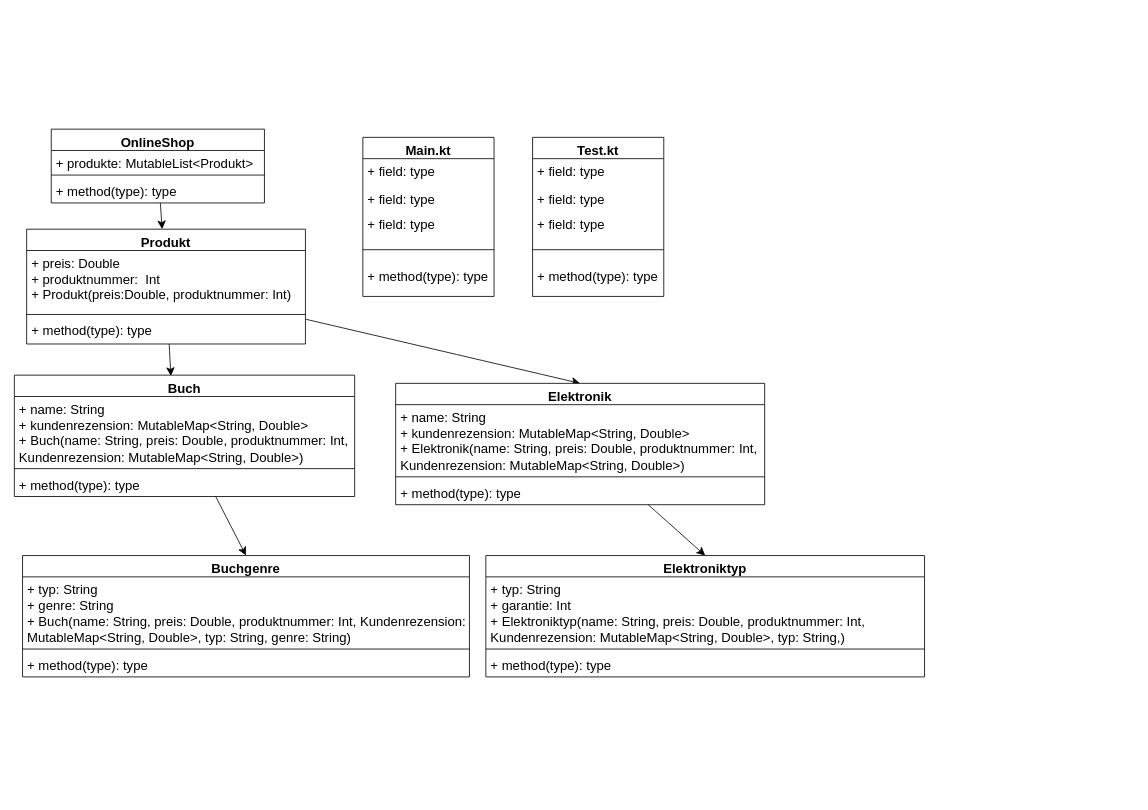
Before: Abschlussprojekt Store.drawio in BischofDennis/BischofDennis, a draw.io diagram. Source tidied: cells renumbered, new cells numbered last; positions are measured from the earlier drawing's top-left corner, leaving out a move shared by most shapes. Both pictures are drawn from the tidied source at 82%, with x=0, y=0 at pixel (14, 129).
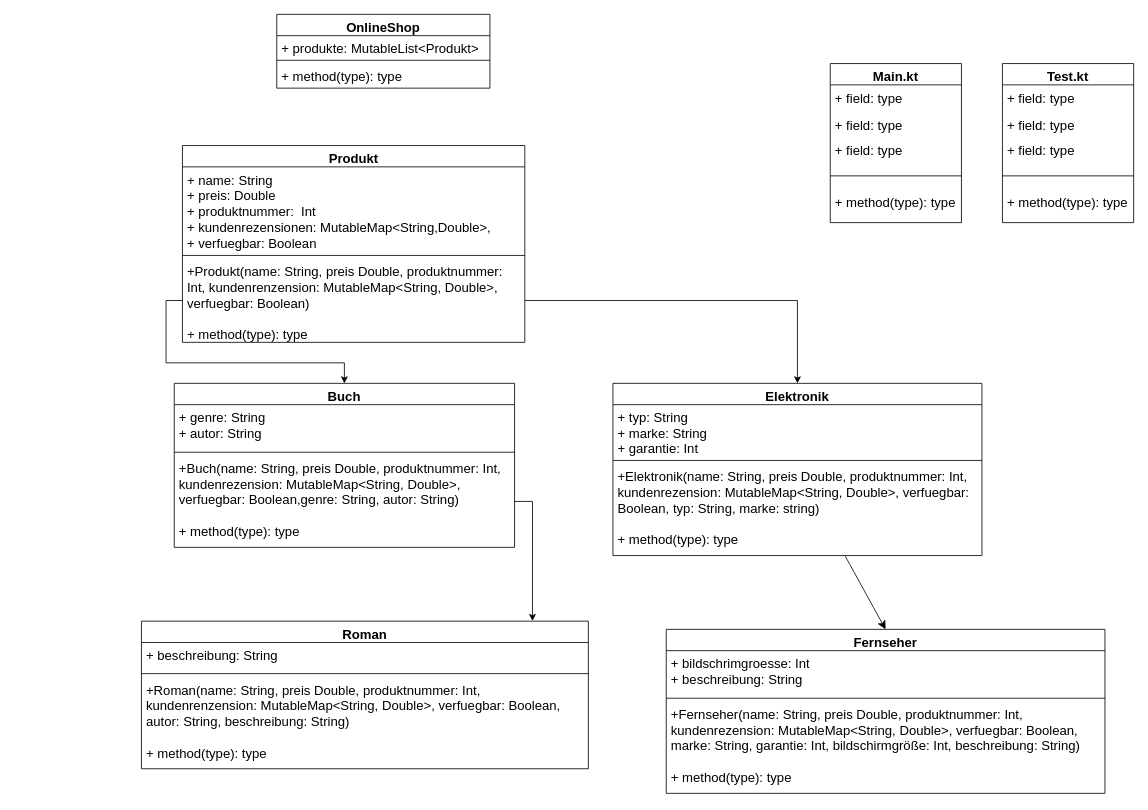
The same page after the edit.

Change to the diagram source:
```diff
@@
-    <mxCell id="2" style="edgeStyle=none;curved=1;rounded=0;jettySize=auto;html=1;fontSize=12;startSize=8;endSize=8;" parent="1" edge="1" source="3" target="15">
-      <mxGeometry relative="1" as="geometry" />
-    </mxCell>
     <mxCell id="3" value="OnlineShop" style="swimlane;fontStyle=1;align=center;verticalAlign=top;horizontal=1;startSize=26;whiteSpace=wrap;html=1;fontSize=16;" parent="1" vertex="1">
-      <mxGeometry x="45" width="260" height="90" as="geometry" />
+      <mxGeometry x="320" y="-140" width="260" height="90" as="geometry" />
     </mxCell>
@@
     <mxCell id="7" value="Main.kt" style="swimlane;fontStyle=1;align=center;verticalAlign=top;horizontal=1;startSize=26;whiteSpace=wrap;html=1;fontSize=16;" parent="1" vertex="1">
-      <mxGeometry x="425" y="10" width="160" height="194" as="geometry" />
+      <mxGeometry x="995" y="-80" width="160" height="194" as="geometry" />
     </mxCell>
@@
-    <mxCell id="13" style="edgeStyle=none;curved=1;rounded=0;jettySize=auto;html=1;fontSize=12;startSize=8;endSize=8;entryX=0.46;entryY=0.007;entryDx=0;entryDy=0;entryPerimeter=0;" parent="1" edge="1" source="15" target="20">
-      <mxGeometry relative="1" as="geometry" />
-    </mxCell>
-    <mxCell id="14" style="edgeStyle=none;curved=1;rounded=0;jettySize=auto;html=1;entryX=0.5;entryY=0;entryDx=0;entryDy=0;fontSize=12;startSize=8;endSize=8;" parent="1" edge="1" source="15" target="25">
-      <mxGeometry relative="1" as="geometry" />
-    </mxCell>
-    <mxCell id="15" value="Produkt" style="swimlane;fontStyle=1;align=center;verticalAlign=top;horizontal=1;startSize=26;whiteSpace=wrap;html=1;fontSize=16;" parent="1" vertex="1">
-      <mxGeometry x="15" y="122" width="340" height="140" as="geometry" />
-    </mxCell>
-    <mxCell id="16" value="+ preis: Double&lt;br&gt;+ produktnummer: &amp;nbsp;Int&lt;br&gt;+ Produkt(preis:Double, produktnummer: Int)" style="text;strokeColor=none;fillColor=none;align=left;verticalAlign=top;spacingLeft=4;spacingRight=4;overflow=hidden;whiteSpace=wrap;html=1;fontSize=16;" parent="15" vertex="1">
-      <mxGeometry y="26" width="340" height="74" as="geometry" />
-    </mxCell>
-    <mxCell id="17" style="line;strokeWidth=1;fillColor=none;align=left;verticalAlign=middle;spacingTop=-1;spacingLeft=3;spacingRight=3;labelPosition=right;strokeColor=inherit;fontSize=16;" parent="15" vertex="1">
-      <mxGeometry y="100" width="340" height="8" as="geometry" />
-    </mxCell>
-    <mxCell id="18" value="+ method(type): type" style="text;strokeColor=none;fillColor=none;align=left;verticalAlign=top;spacingLeft=4;spacingRight=4;overflow=hidden;whiteSpace=wrap;html=1;fontSize=16;" parent="15" vertex="1">
-      <mxGeometry y="108" width="340" height="32" as="geometry" />
-    </mxCell>
-    <mxCell id="19" style="edgeStyle=none;curved=1;rounded=0;jettySize=auto;html=1;entryX=0.5;entryY=0;entryDx=0;entryDy=0;fontSize=12;startSize=8;endSize=8;" parent="1" edge="1" source="20" target="29">
-      <mxGeometry relative="1" as="geometry" />
-    </mxCell>
-    <mxCell id="20" value="Buch" style="swimlane;fontStyle=1;align=center;verticalAlign=top;horizontal=1;startSize=26;whiteSpace=wrap;html=1;fontSize=16;" parent="1" vertex="1">
-      <mxGeometry y="300" width="415" height="148" as="geometry" />
-    </mxCell>
-    <mxCell id="21" value="+ name: String&lt;br&gt;+ kundenrezension: MutableMap&amp;lt;String, Double&amp;gt;&lt;br&gt;+ Buch(name: String, preis: Double, produktnummer: Int, Kundenrezension: MutableMap&amp;lt;String, Double&amp;gt;)" style="text;strokeColor=none;fillColor=none;align=left;verticalAlign=top;spacingLeft=4;spacingRight=4;overflow=hidden;whiteSpace=wrap;html=1;fontSize=16;" parent="20" vertex="1">
-      <mxGeometry y="26" width="415" height="84" as="geometry" />
-    </mxCell>
-    <mxCell id="22" style="line;strokeWidth=1;fillColor=none;align=left;verticalAlign=middle;spacingTop=-1;spacingLeft=3;spacingRight=3;labelPosition=right;strokeColor=inherit;fontSize=16;" parent="20" vertex="1">
-      <mxGeometry y="110" width="415" height="8" as="geometry" />
-    </mxCell>
-    <mxCell id="23" value="+ method(type): type" style="text;strokeColor=none;fillColor=none;align=left;verticalAlign=top;spacingLeft=4;spacingRight=4;overflow=hidden;whiteSpace=wrap;html=1;fontSize=16;" parent="20" vertex="1">
-      <mxGeometry y="118" width="415" height="30" as="geometry" />
-    </mxCell>
@@
     <mxCell id="25" value="Elektronik" style="swimlane;fontStyle=1;align=center;verticalAlign=top;horizontal=1;startSize=26;whiteSpace=wrap;html=1;fontSize=16;" parent="1" vertex="1">
-      <mxGeometry x="465" y="310" width="450" height="148" as="geometry" />
+      <mxGeometry x="730" y="310" width="450" height="210" as="geometry" />
     </mxCell>
-    <mxCell id="26" value="+ name: String&lt;br&gt;+ kundenrezension: MutableMap&amp;lt;String, Double&amp;gt;&lt;br&gt;+ Elektronik(name: String, preis: Double, produktnummer: Int, Kundenrezension: MutableMap&amp;lt;String, Double&amp;gt;)" style="text;strokeColor=none;fillColor=none;align=left;verticalAlign=top;spacingLeft=4;spacingRight=4;overflow=hidden;whiteSpace=wrap;html=1;fontSize=16;" parent="25" vertex="1">
-      <mxGeometry y="26" width="450" height="84" as="geometry" />
+    <mxCell id="26" value="+ typ: String&lt;br&gt;+ marke: String&lt;br&gt;+ garantie: Int&amp;nbsp;" style="text;strokeColor=none;fillColor=none;align=left;verticalAlign=top;spacingLeft=4;spacingRight=4;overflow=hidden;whiteSpace=wrap;html=1;fontSize=16;" parent="25" vertex="1">
+      <mxGeometry y="26" width="450" height="64" as="geometry" />
     </mxCell>
     <mxCell id="27" style="line;strokeWidth=1;fillColor=none;align=left;verticalAlign=middle;spacingTop=-1;spacingLeft=3;spacingRight=3;labelPosition=right;strokeColor=inherit;fontSize=16;" parent="25" vertex="1">
-      <mxGeometry y="110" width="450" height="8" as="geometry" />
+      <mxGeometry y="90" width="450" height="8" as="geometry" />
     </mxCell>
-    <mxCell id="28" value="+ method(type): type" style="text;strokeColor=none;fillColor=none;align=left;verticalAlign=top;spacingLeft=4;spacingRight=4;overflow=hidden;whiteSpace=wrap;html=1;fontSize=16;" parent="25" vertex="1">
-      <mxGeometry y="118" width="450" height="30" as="geometry" />
+    <mxCell id="28" value="+Elektronik(name: String, preis Double, produktnummer: Int, kundenrezension: MutableMap&amp;lt;String, Double&amp;gt;, verfuegbar: Boolean, typ: String, marke: string)&lt;br&gt;&lt;br style=&quot;border-color: var(--border-color);&quot;&gt;+ method(type): type" style="text;strokeColor=none;fillColor=none;align=left;verticalAlign=top;spacingLeft=4;spacingRight=4;overflow=hidden;whiteSpace=wrap;html=1;fontSize=16;" parent="25" vertex="1">
+      <mxGeometry y="98" width="450" height="112" as="geometry" />
     </mxCell>
-    <mxCell id="29" value="Buchgenre" style="swimlane;fontStyle=1;align=center;verticalAlign=top;horizontal=1;startSize=26;whiteSpace=wrap;html=1;fontSize=16;" parent="1" vertex="1">
-      <mxGeometry x="10" y="520" width="545" height="148" as="geometry" />
-    </mxCell>
-    <mxCell id="30" value="+ typ: String&lt;br&gt;+ genre: String&lt;br&gt;+ Buch(name: String, preis: Double, produktnummer: Int, Kundenrezension: MutableMap&amp;lt;String, Double&amp;gt;, typ: String, genre: String)" style="text;strokeColor=none;fillColor=none;align=left;verticalAlign=top;spacingLeft=4;spacingRight=4;overflow=hidden;whiteSpace=wrap;html=1;fontSize=16;" parent="29" vertex="1">
-      <mxGeometry y="26" width="545" height="84" as="geometry" />
-    </mxCell>
-    <mxCell id="31" style="line;strokeWidth=1;fillColor=none;align=left;verticalAlign=middle;spacingTop=-1;spacingLeft=3;spacingRight=3;labelPosition=right;strokeColor=inherit;fontSize=16;" parent="29" vertex="1">
-      <mxGeometry y="110" width="545" height="8" as="geometry" />
-    </mxCell>
-    <mxCell id="32" value="+ method(type): type" style="text;strokeColor=none;fillColor=none;align=left;verticalAlign=top;spacingLeft=4;spacingRight=4;overflow=hidden;whiteSpace=wrap;html=1;fontSize=16;" parent="29" vertex="1">
-      <mxGeometry y="118" width="545" height="30" as="geometry" />
-    </mxCell>
-    <mxCell id="33" value="Elektroniktyp" style="swimlane;fontStyle=1;align=center;verticalAlign=top;horizontal=1;startSize=26;whiteSpace=wrap;html=1;fontSize=16;" parent="1" vertex="1">
-      <mxGeometry x="575" y="520" width="535" height="148" as="geometry" />
+    <mxCell id="33" value="Fernseher" style="swimlane;fontStyle=1;align=center;verticalAlign=top;horizontal=1;startSize=26;whiteSpace=wrap;html=1;fontSize=16;" parent="1" vertex="1">
+      <mxGeometry x="795" y="610" width="535" height="200" as="geometry" />
     </mxCell>
-    <mxCell id="34" value="+ typ: String&lt;br&gt;+ garantie: Int&lt;br&gt;+ Elektroniktyp(name: String, preis: Double, produktnummer: Int, Kundenrezension: MutableMap&amp;lt;String, Double&amp;gt;, typ: String,)" style="text;strokeColor=none;fillColor=none;align=left;verticalAlign=top;spacingLeft=4;spacingRight=4;overflow=hidden;whiteSpace=wrap;html=1;fontSize=16;" parent="33" vertex="1">
-      <mxGeometry y="26" width="535" height="84" as="geometry" />
+    <mxCell id="34" value="+ bildschrimgroesse: Int&lt;br&gt;+ beschreibung: String&lt;br&gt;" style="text;strokeColor=none;fillColor=none;align=left;verticalAlign=top;spacingLeft=4;spacingRight=4;overflow=hidden;whiteSpace=wrap;html=1;fontSize=16;" parent="33" vertex="1">
+      <mxGeometry y="26" width="535" height="54" as="geometry" />
     </mxCell>
     <mxCell id="35" style="line;strokeWidth=1;fillColor=none;align=left;verticalAlign=middle;spacingTop=-1;spacingLeft=3;spacingRight=3;labelPosition=right;strokeColor=inherit;fontSize=16;" parent="33" vertex="1">
-      <mxGeometry y="110" width="535" height="8" as="geometry" />
+      <mxGeometry y="80" width="535" height="8" as="geometry" />
     </mxCell>
-    <mxCell id="36" value="+ method(type): type" style="text;strokeColor=none;fillColor=none;align=left;verticalAlign=top;spacingLeft=4;spacingRight=4;overflow=hidden;whiteSpace=wrap;html=1;fontSize=16;" parent="33" vertex="1">
-      <mxGeometry y="118" width="535" height="30" as="geometry" />
+    <mxCell id="36" value="+Fernseher(name: String, preis Double, produktnummer: Int, kundenrezension: MutableMap&amp;lt;String, Double&amp;gt;, verfuegbar: Boolean, marke: String, garantie: Int, bildschirmgröße: Int, beschreibung: String)&lt;br&gt;&lt;br&gt;+ method(type): type" style="text;strokeColor=none;fillColor=none;align=left;verticalAlign=top;spacingLeft=4;spacingRight=4;overflow=hidden;whiteSpace=wrap;html=1;fontSize=16;" parent="33" vertex="1">
+      <mxGeometry y="88" width="535" height="112" as="geometry" />
     </mxCell>
     <mxCell id="37" value="Test.kt" style="swimlane;fontStyle=1;align=center;verticalAlign=top;horizontal=1;startSize=26;whiteSpace=wrap;html=1;fontSize=16;" parent="1" vertex="1">
-      <mxGeometry x="632" y="10" width="160" height="194" as="geometry" />
+      <mxGeometry x="1205" y="-80" width="160" height="194" as="geometry" />
     </mxCell>
@@
+    <mxCell id="20" value="Buch" style="swimlane;fontStyle=1;align=center;verticalAlign=top;horizontal=1;startSize=26;whiteSpace=wrap;html=1;fontSize=16;" parent="1" vertex="1">
+      <mxGeometry x="195" y="310" width="415" height="200" as="geometry" />
+    </mxCell>
+    <mxCell id="43" value="+ genre: String&lt;br&gt;+ autor: String&lt;br style=&quot;border-color: var(--border-color);&quot;&gt;" style="text;strokeColor=none;fillColor=none;align=left;verticalAlign=top;spacingLeft=4;spacingRight=4;overflow=hidden;whiteSpace=wrap;html=1;fontSize=16;" parent="20" vertex="1">
+      <mxGeometry y="26" width="415" height="54" as="geometry" />
+    </mxCell>
+    <mxCell id="44" style="line;strokeWidth=1;fillColor=none;align=left;verticalAlign=middle;spacingTop=-1;spacingLeft=3;spacingRight=3;labelPosition=right;strokeColor=inherit;fontSize=16;" parent="20" vertex="1">
+      <mxGeometry y="80" width="415" height="8" as="geometry" />
+    </mxCell>
+    <mxCell id="45" value="+Buch(name: String, preis Double, produktnummer: Int, kundenrezension: MutableMap&amp;lt;String, Double&amp;gt;, verfuegbar: Boolean,genre: String, autor: String)&lt;br&gt;&lt;br&gt;+ method(type): type" style="text;strokeColor=none;fillColor=none;align=left;verticalAlign=top;spacingLeft=4;spacingRight=4;overflow=hidden;points=[[0,0.5],[1,0.5]];portConstraint=eastwest;whiteSpace=wrap;html=1;fontSize=16;" parent="20" vertex="1">
+      <mxGeometry y="88" width="415" height="112" as="geometry" />
+    </mxCell>
+    <mxCell id="46" value="Roman" style="swimlane;fontStyle=1;align=center;verticalAlign=top;horizontal=1;startSize=26;whiteSpace=wrap;html=1;fontSize=16;" parent="1" vertex="1">
+      <mxGeometry x="155" y="600" width="545" height="180" as="geometry" />
+    </mxCell>
+    <mxCell id="47" value="+ beschreibung: String&lt;br&gt;" style="text;strokeColor=none;fillColor=none;align=left;verticalAlign=top;spacingLeft=4;spacingRight=4;overflow=hidden;whiteSpace=wrap;html=1;fontSize=16;" parent="46" vertex="1">
+      <mxGeometry y="26" width="545" height="34" as="geometry" />
+    </mxCell>
+    <mxCell id="48" style="line;strokeWidth=1;fillColor=none;align=left;verticalAlign=middle;spacingTop=-1;spacingLeft=3;spacingRight=3;labelPosition=right;strokeColor=inherit;fontSize=16;" parent="46" vertex="1">
+      <mxGeometry y="60" width="545" height="8" as="geometry" />
+    </mxCell>
+    <mxCell id="49" value="+Roman(name: String, preis Double, produktnummer: Int, kundenrenzension: MutableMap&amp;lt;String, Double&amp;gt;, verfuegbar: Boolean, autor: String, beschreibung: String)&lt;br&gt;&lt;br&gt;+ method(type): type" style="text;strokeColor=none;fillColor=none;align=left;verticalAlign=top;spacingLeft=4;spacingRight=4;overflow=hidden;whiteSpace=wrap;html=1;fontSize=16;" parent="46" vertex="1">
+      <mxGeometry y="68" width="545" height="112" as="geometry" />
+    </mxCell>
+    <mxCell id="15" value="Produkt" style="swimlane;fontStyle=1;align=center;verticalAlign=top;horizontal=1;startSize=26;whiteSpace=wrap;html=1;fontSize=16;" parent="1" vertex="1">
+      <mxGeometry x="205" y="20" width="417.5" height="240" as="geometry" />
+    </mxCell>
+    <mxCell id="50" value="+ name: String&lt;br&gt;+ preis: Double&lt;br&gt;+ produktnummer: &amp;nbsp;Int&lt;br&gt;+ kundenrezensionen: MutableMap&amp;lt;String,Double&amp;gt;,&lt;br&gt;+ verfuegbar: Boolean" style="text;strokeColor=none;fillColor=none;align=left;verticalAlign=top;spacingLeft=4;spacingRight=4;overflow=hidden;whiteSpace=wrap;html=1;fontSize=16;" parent="15" vertex="1">
+      <mxGeometry y="26" width="417.5" height="104" as="geometry" />
+    </mxCell>
+    <mxCell id="51" style="line;strokeWidth=1;fillColor=none;align=left;verticalAlign=middle;spacingTop=-1;spacingLeft=3;spacingRight=3;labelPosition=right;strokeColor=inherit;fontSize=16;" parent="15" vertex="1">
+      <mxGeometry y="130" width="417.5" height="8" as="geometry" />
+    </mxCell>
+    <mxCell id="52" value="+Produkt(name: String, preis Double, produktnummer: Int, kundenrenzension: MutableMap&amp;lt;String, Double&amp;gt;, verfuegbar: Boolean)&lt;br&gt;&lt;br&gt;+ method(type): type" style="text;strokeColor=none;fillColor=none;align=left;verticalAlign=top;spacingLeft=4;spacingRight=4;overflow=hidden;points=[[0,0.5],[1,0.5]];portConstraint=eastwest;whiteSpace=wrap;html=1;fontSize=16;" parent="15" vertex="1">
+      <mxGeometry y="138" width="417.5" height="102" as="geometry" />
+    </mxCell>
+    <mxCell id="53" style="edgeStyle=orthogonalEdgeStyle;rounded=0;jettySize=auto;html=1;exitX=1;exitY=0.5;exitDx=0;exitDy=0;entryX=0.875;entryY=-0.001;entryDx=0;entryDy=0;entryPerimeter=0;" parent="1" edge="1" source="45" target="46">
+      <mxGeometry relative="1" as="geometry" />
+    </mxCell>
+    <mxCell id="54" style="edgeStyle=orthogonalEdgeStyle;rounded=0;jettySize=auto;html=1;exitX=0;exitY=0.5;exitDx=0;exitDy=0;" parent="1" edge="1" source="52" target="20">
+      <mxGeometry relative="1" as="geometry" />
+    </mxCell>
+    <mxCell id="55" style="edgeStyle=orthogonalEdgeStyle;rounded=0;jettySize=auto;html=1;exitX=1;exitY=0.5;exitDx=0;exitDy=0;entryX=0.5;entryY=0;entryDx=0;entryDy=0;" parent="1" edge="1" source="52" target="25">
+      <mxGeometry relative="1" as="geometry" />
+    </mxCell>
```
